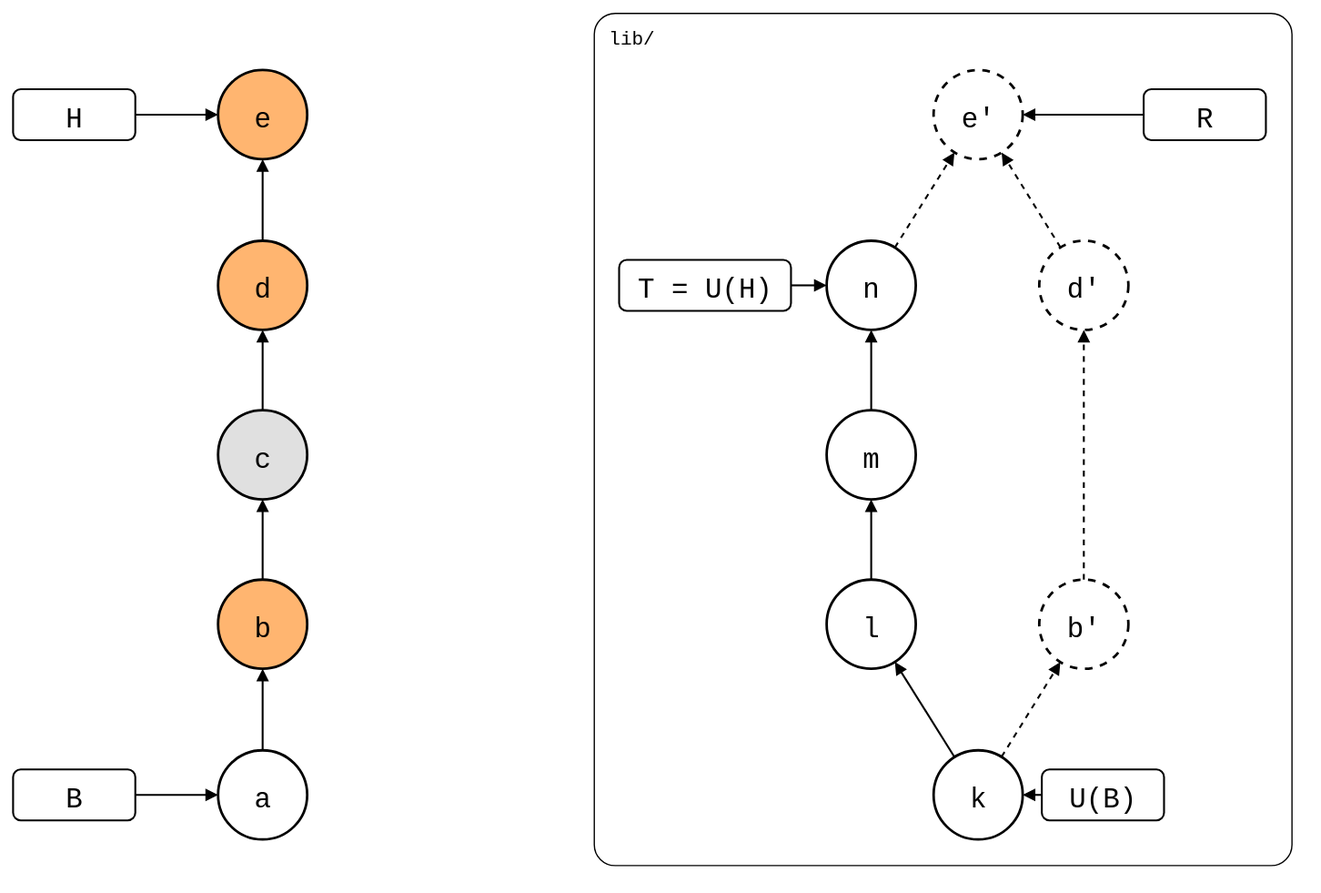
roschaefer/git-splice keeps this draw.io diagram as test/scenarios/01-everyday-sync/01-sync-model/01-after-pull/after-pull.drawio.svg. Above is the earlier version. Source tidied: cells renumbered, new cells last; positions are measured from the earlier drawing's top-left corner, leaving out a move shared by most shapes.
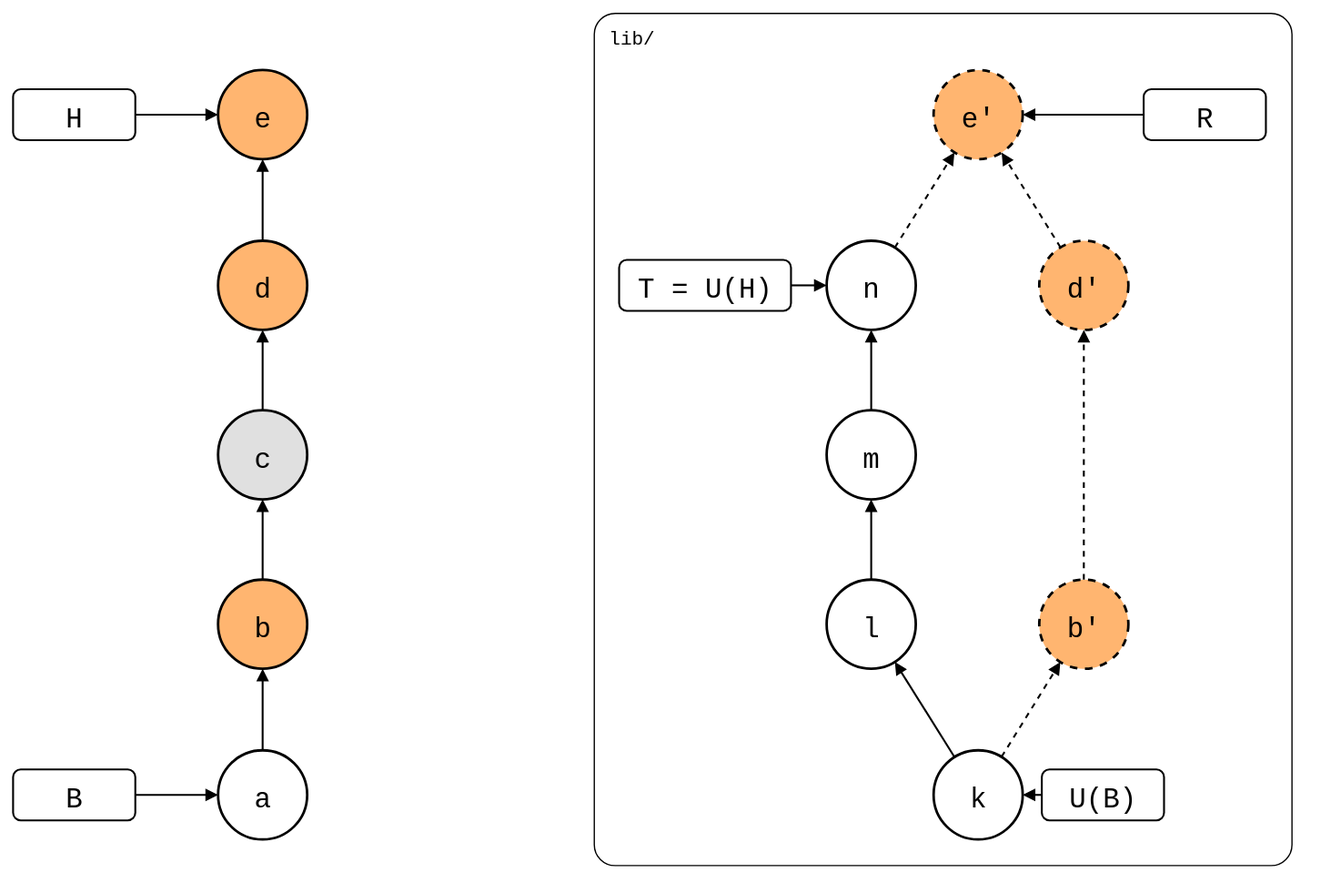
Above is the later version.

What changed in the source:
```diff
@@ -32,13 +32,13 @@
     <mxCell id="11" value="n" style="ellipse;strokeWidth=2;fontSize=22;fontFamily=Roboto Mono,monospace;" parent="1" vertex="1">
       <mxGeometry x="639" y="179" width="70" height="70" as="geometry" />
     </mxCell>
-    <mxCell id="12" value="b'" style="ellipse;strokeWidth=2;fontSize=22;fontFamily=Roboto Mono,monospace;dashed=1;" parent="1" vertex="1">
+    <mxCell id="12" value="b'" style="ellipse;strokeWidth=2;fontSize=22;fontFamily=Roboto Mono,monospace;dashed=1;fillColor=#FFB570;" parent="1" vertex="1">
       <mxGeometry x="806" y="445" width="70" height="70" as="geometry" />
     </mxCell>
-    <mxCell id="13" value="d'" style="ellipse;strokeWidth=2;fontSize=22;fontFamily=Roboto Mono,monospace;dashed=1;" parent="1" vertex="1">
+    <mxCell id="13" value="d'" style="ellipse;strokeWidth=2;fontSize=22;fontFamily=Roboto Mono,monospace;dashed=1;fillColor=#FFB570;" parent="1" vertex="1">
       <mxGeometry x="806" y="179" width="70" height="70" as="geometry" />
     </mxCell>
-    <mxCell id="14" value="e'" style="ellipse;strokeWidth=2;fontSize=22;fontFamily=Roboto Mono,monospace;dashed=1;" parent="1" vertex="1">
+    <mxCell id="14" value="e'" style="ellipse;strokeWidth=2;fontSize=22;fontFamily=Roboto Mono,monospace;dashed=1;fillColor=#FFB570;" parent="1" vertex="1">
       <mxGeometry x="723" y="45" width="70" height="70" as="geometry" />
     </mxCell>
     <mxCell id="15" value="H" style="rounded=1;strokeWidth=1.5;fontSize=22;fontFamily=Roboto Mono,monospace;" parent="1" vertex="1">
```
